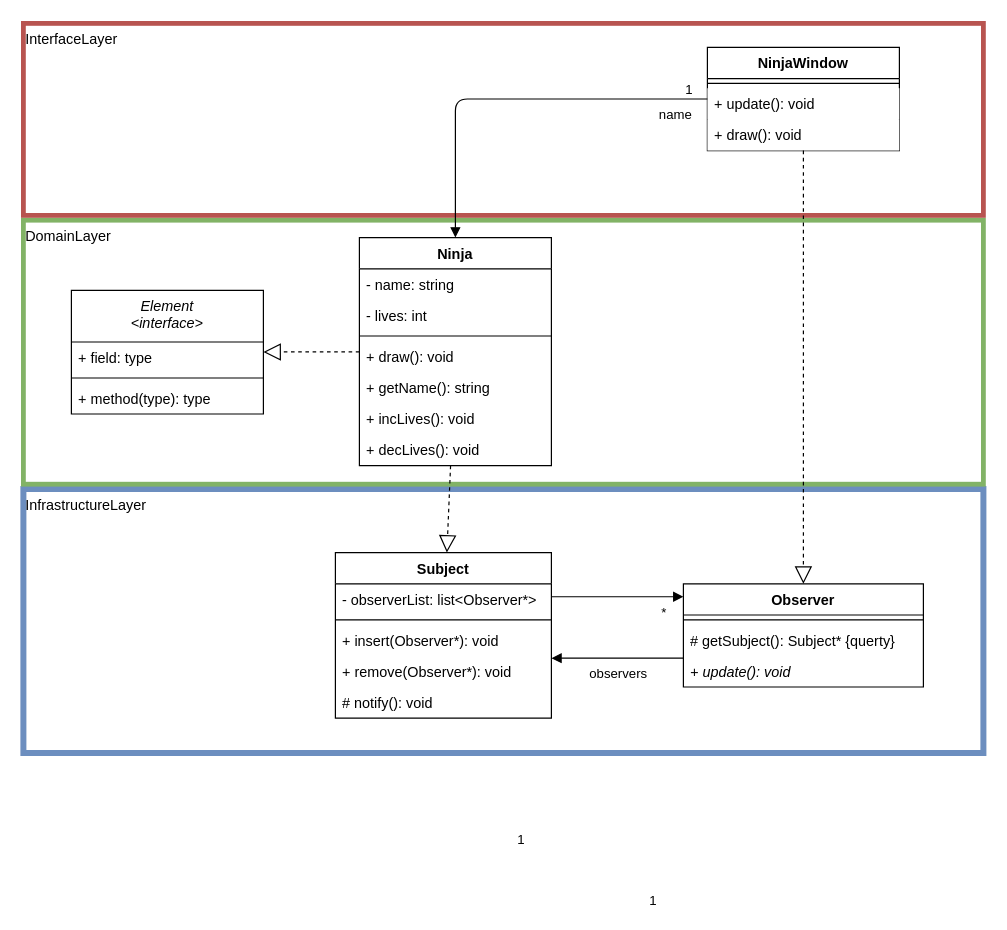
This is design/Class-Diagram.drawio from wouterdebruijn/HHS-SWADP, a draw.io file, before an edit. Source tidied: cells renumbered, new cells numbered last; positions are measured from the earlier drawing's top-left corner, leaving out a move shared by most shapes. Both pictures are drawn from the tidied source at 120%, with x=0, y=0 at pixel (23, 23).
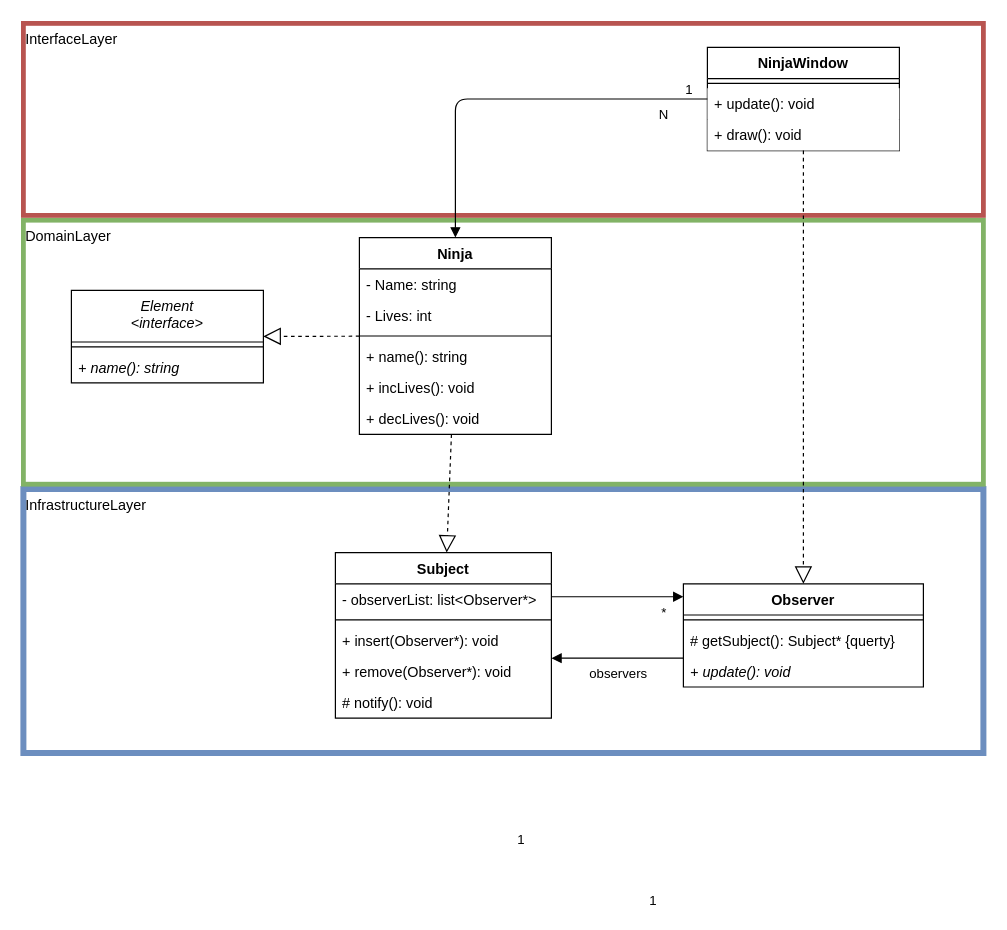
The same diagram, later.

Commit message (it also covers changes not shown here):
🎨 Fixed up class design

The change refers to these unchanged cells:
```xml
<mxCell id="30" value="NinjaWindow" style="swimlane;fontStyle=1;align=center;verticalAlign=top;horizontal=1;startSize=26;fillColor=default;" parent="1" vertex="1">
  <mxGeometry x="570" y="20" width="160" height="86" as="geometry" />
</mxCell>
```

The edit, as a diff of the source:
```diff
@@
     <mxCell id="5" value="Ninja" style="swimlane;fontStyle=1;align=center;verticalAlign=top;horizontal=1;startSize=26;" parent="1" vertex="1">
-      <mxGeometry x="280" y="178.5" width="160" height="190" as="geometry" />
+      <mxGeometry x="280" y="178.5" width="160" height="164" as="geometry" />
     </mxCell>
-    <mxCell id="6" value="- name: string" style="text;strokeColor=none;fillColor=none;align=left;verticalAlign=top;spacingLeft=4;spacingRight=4;overflow=hidden;" parent="5" vertex="1">
+    <mxCell id="6" value="- Name: string" style="text;strokeColor=none;fillColor=none;align=left;verticalAlign=top;spacingLeft=4;spacingRight=4;overflow=hidden;" parent="5" vertex="1">
       <mxGeometry y="26" width="160" height="26" as="geometry" />
     </mxCell>
-    <mxCell id="7" value="- lives: int" style="text;strokeColor=none;fillColor=none;align=left;verticalAlign=top;spacingLeft=4;spacingRight=4;overflow=hidden;" parent="5" vertex="1">
+    <mxCell id="7" value="- Lives: int" style="text;strokeColor=none;fillColor=none;align=left;verticalAlign=top;spacingLeft=4;spacingRight=4;overflow=hidden;" parent="5" vertex="1">
       <mxGeometry y="52" width="160" height="26" as="geometry" />
     </mxCell>
@@
-    <mxCell id="9" value="+ draw(): void" style="text;strokeColor=none;fillColor=none;align=left;verticalAlign=top;spacingLeft=4;spacingRight=4;overflow=hidden;" parent="5" vertex="1">
-      <mxGeometry y="86" width="160" height="26" as="geometry" />
-    </mxCell>
-    <mxCell id="10" value="+ getName(): string" style="text;strokeColor=none;fillColor=none;align=left;verticalAlign=top;spacingLeft=4;spacingRight=4;overflow=hidden;" parent="5" vertex="1">
-      <mxGeometry y="112" width="160" height="26" as="geometry" />
+    <mxCell id="10" value="+ name(): string" style="text;strokeColor=none;fillColor=none;align=left;verticalAlign=top;spacingLeft=4;spacingRight=4;overflow=hidden;" parent="5" vertex="1">
+      <mxGeometry y="86" width="160" height="26" as="geometry" />
     </mxCell>
     <mxCell id="11" value="+ incLives(): void" style="text;strokeColor=none;fillColor=none;align=left;verticalAlign=top;spacingLeft=4;spacingRight=4;overflow=hidden;" parent="5" vertex="1">
-      <mxGeometry y="138" width="160" height="26" as="geometry" />
+      <mxGeometry y="112" width="160" height="26" as="geometry" />
     </mxCell>
     <mxCell id="12" value="+ decLives(): void" style="text;strokeColor=none;fillColor=none;align=left;verticalAlign=top;spacingLeft=4;spacingRight=4;overflow=hidden;" parent="5" vertex="1">
-      <mxGeometry y="164" width="160" height="26" as="geometry" />
+      <mxGeometry y="138" width="160" height="26" as="geometry" />
     </mxCell>
     <mxCell id="13" value="Element&#10;&lt;interface&gt;" style="swimlane;fontStyle=2;align=center;verticalAlign=top;horizontal=1;startSize=43;" parent="1" vertex="1">
-      <mxGeometry x="40" y="222.5" width="160" height="103" as="geometry" />
+      <mxGeometry x="40" y="222.5" width="160" height="77" as="geometry" />
     </mxCell>
-    <mxCell id="14" value="+ field: type" style="text;strokeColor=none;fillColor=none;align=left;verticalAlign=top;spacingLeft=4;spacingRight=4;overflow=hidden;" parent="13" vertex="1">
-      <mxGeometry y="43" width="160" height="26" as="geometry" />
-    </mxCell>
     <mxCell id="15" style="line;strokeWidth=1;fillColor=none;align=left;verticalAlign=middle;spacingTop=-1;spacingLeft=3;spacingRight=3;labelPosition=right;" parent="13" vertex="1">
-      <mxGeometry y="69" width="160" height="8" as="geometry" />
+      <mxGeometry y="43" width="160" height="8" as="geometry" />
     </mxCell>
-    <mxCell id="16" value="+ method(type): type" style="text;strokeColor=none;fillColor=none;align=left;verticalAlign=top;spacingLeft=4;spacingRight=4;overflow=hidden;" parent="13" vertex="1">
-      <mxGeometry y="77" width="160" height="26" as="geometry" />
+    <mxCell id="16" value="+ name(): string" style="text;strokeColor=none;fillColor=none;align=left;verticalAlign=top;spacingLeft=4;spacingRight=4;overflow=hidden;fontStyle=2;" parent="13" vertex="1">
+      <mxGeometry y="51" width="160" height="26" as="geometry" />
     </mxCell>
@@
-    <mxCell id="34" value="name" style="endArrow=block;endFill=1;html=1;edgeStyle=orthogonalEdgeStyle;align=left;verticalAlign=top;" parent="1" edge="1" source="30" target="5">
+    <mxCell id="34" value="N" style="endArrow=block;endFill=1;html=1;edgeStyle=orthogonalEdgeStyle;align=left;verticalAlign=top;" parent="1" edge="1" source="30" target="5">
       <mxGeometry x="-0.74" relative="1" as="geometry" />
     </mxCell>
```
